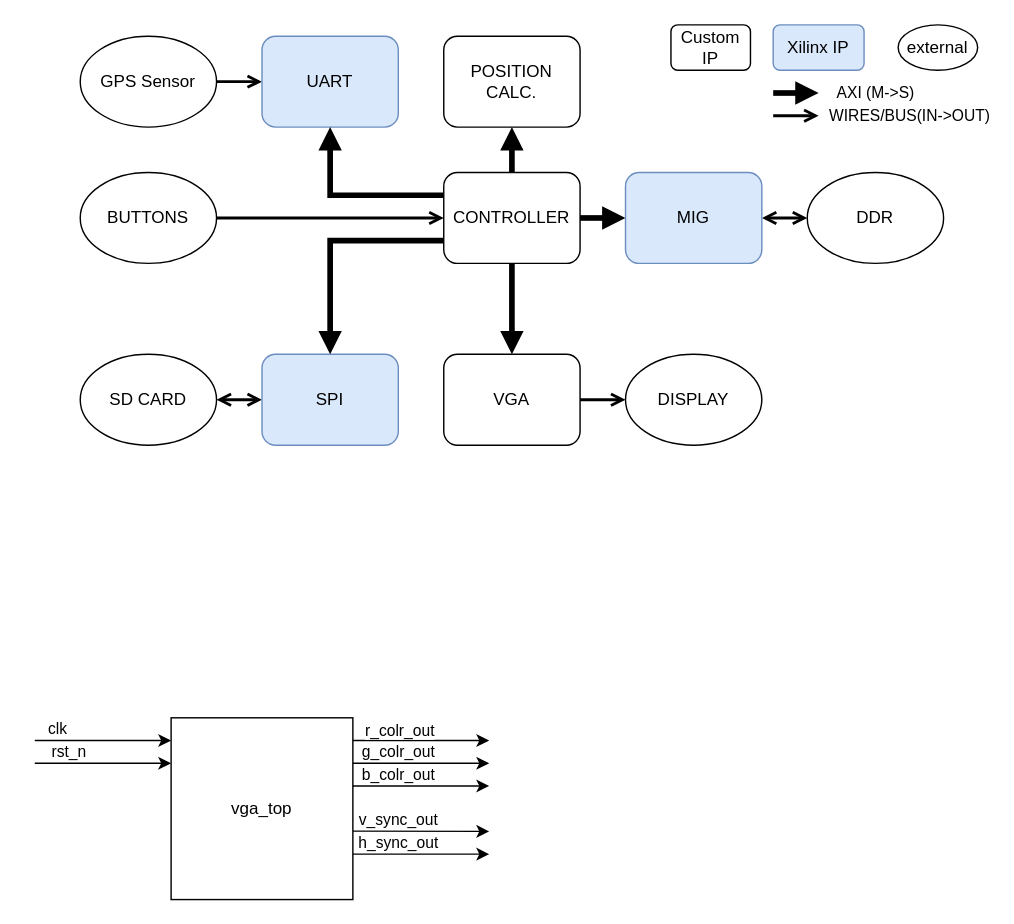
This is page "top_arch_V1" (1 of 4) of docs/top_lvl_block_diagram.drawio from T-Szymk/VGA_Controller, a draw.io file, before an edit. Source tidied: cells renumbered, new cells numbered last; positions are measured from the earlier drawing's top-left corner, leaving out a move shared by most shapes. Both pictures are drawn from the tidied source at 142%, with x=0, y=0 at pixel (34, 24).
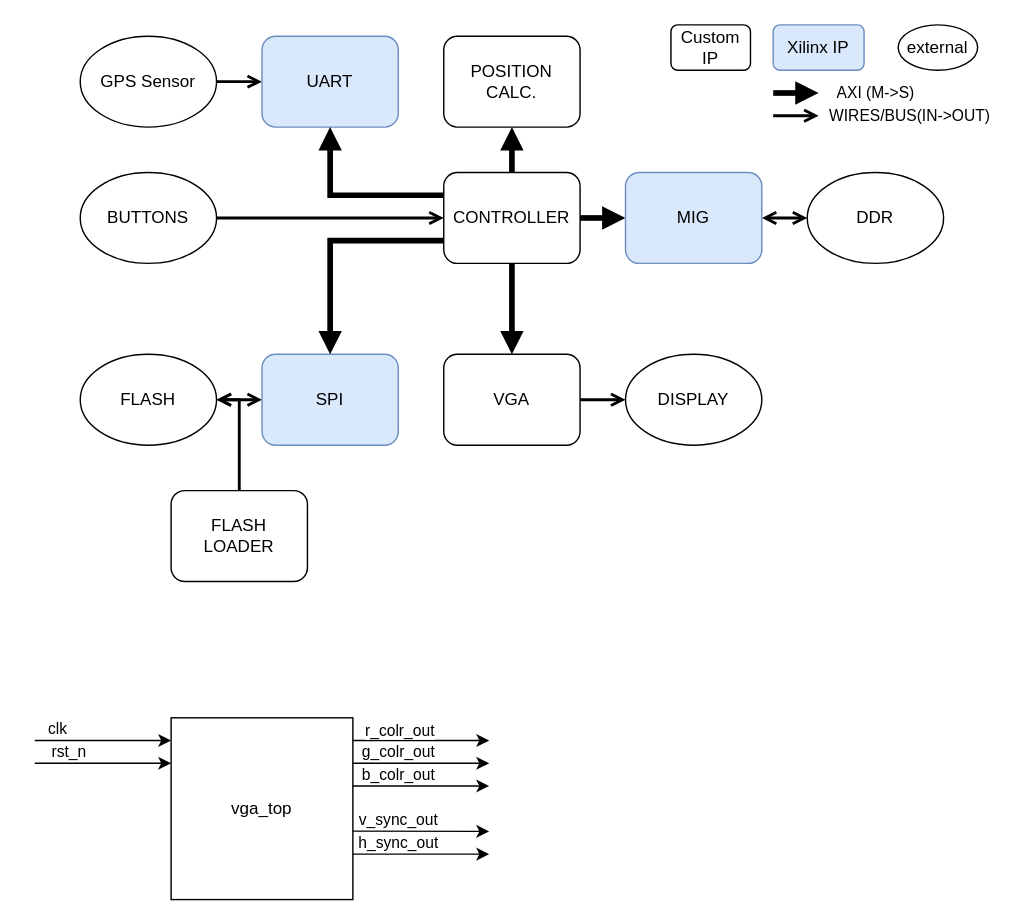
The same diagram, later.

Change to the diagram source:
```diff
@@
-    <mxCell id="29" value="SD CARD" style="ellipse;whiteSpace=wrap;html=1;" parent="1" vertex="1">
+    <mxCell id="29" value="FLASH" style="ellipse;whiteSpace=wrap;html=1;" parent="1" vertex="1">
       <mxGeometry x="32" y="232" width="96" height="64" as="geometry" />
     </mxCell>
@@
+    <mxCell id="37" style="edgeStyle=orthogonalEdgeStyle;rounded=0;jettySize=auto;html=1;exitX=0.5;exitY=0;exitDx=0;exitDy=0;entryX=1;entryY=0.5;entryDx=0;entryDy=0;strokeWidth=2;endArrow=open;endFill=0;" parent="1" edge="1" source="38" target="29">
+      <mxGeometry relative="1" as="geometry">
+        <Array as="points">
+          <mxPoint x="144" y="360" />
+          <mxPoint x="144" y="264" />
+        </Array>
+      </mxGeometry>
+    </mxCell>
+    <mxCell id="38" value="FLASH &lt;br&gt;LOADER" style="rounded=1;whiteSpace=wrap;html=1;" parent="1" vertex="1">
+      <mxGeometry x="96" y="328" width="96" height="64" as="geometry" />
+    </mxCell>
```
